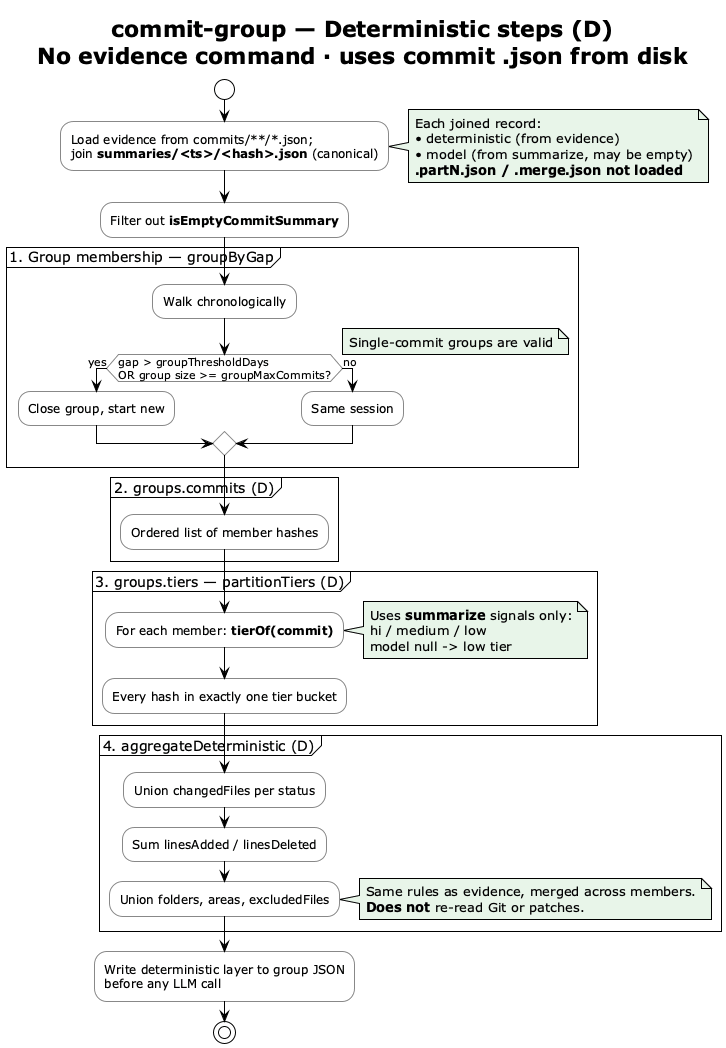
vzakharchenko/dev-workgraph keeps this PlantUML diagram as img/commit-group-deterministic.png. Above is the earlier version.
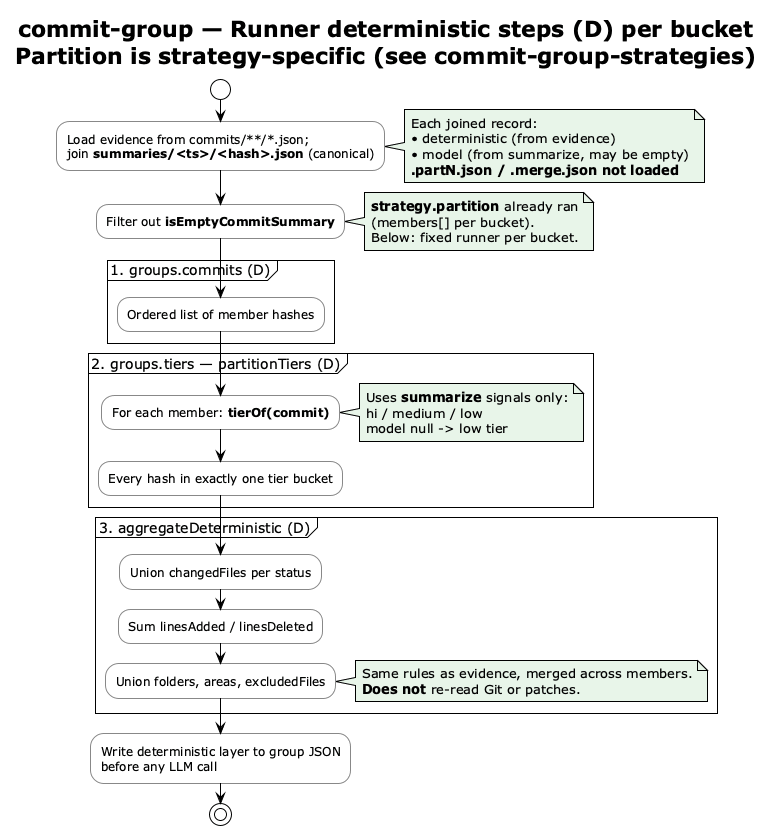
The same file after the commit.

Change to the diagram source:
```diff
@@ -4,7 +4,7 @@
 skinparam ActivityBorderColor #888888
 skinparam NoteBackgroundColor #E8F5E9
 
-title **commit-group** — Deterministic steps (D)\nNo evidence command · uses commit .json from disk
+title **commit-group** — Runner deterministic steps (D) per bucket\nPartition is **strategy-specific** (see commit-group-strategies)
 
 start
 
@@ -19,21 +19,17 @@
 
 :Filter out **isEmptyCommitSummary**;
 
-partition "1. Group membership — groupByGap" {
-  :Walk chronologically;
-  if (gap > groupThresholdDays\nOR group size >= groupMaxCommits?) then (yes)
-    :Close group, start new;
-  else (no)
-    :Same session;
-  endif
-  note right: Single-commit groups are valid
-}
+note right
+  **strategy.partition** already ran
+  (members[] per bucket).
+  Below: fixed runner per bucket.
+end note
 
-partition "2. groups.commits (D)" {
+partition "1. groups.commits (D)" {
   :Ordered list of member hashes;
 }
 
-partition "3. groups.tiers — partitionTiers (D)" {
+partition "2. groups.tiers — partitionTiers (D)" {
   :For each member: **tierOf(commit)**;
   note right
     Uses **summarize** signals only:
@@ -43,7 +39,7 @@
   :Every hash in exactly one tier bucket;
 }
 
-partition "4. aggregateDeterministic (D)" {
+partition "3. aggregateDeterministic (D)" {
   :Union changedFiles per status;
   :Sum linesAdded / linesDeleted;
   :Union folders, areas, excludedFiles;
```
